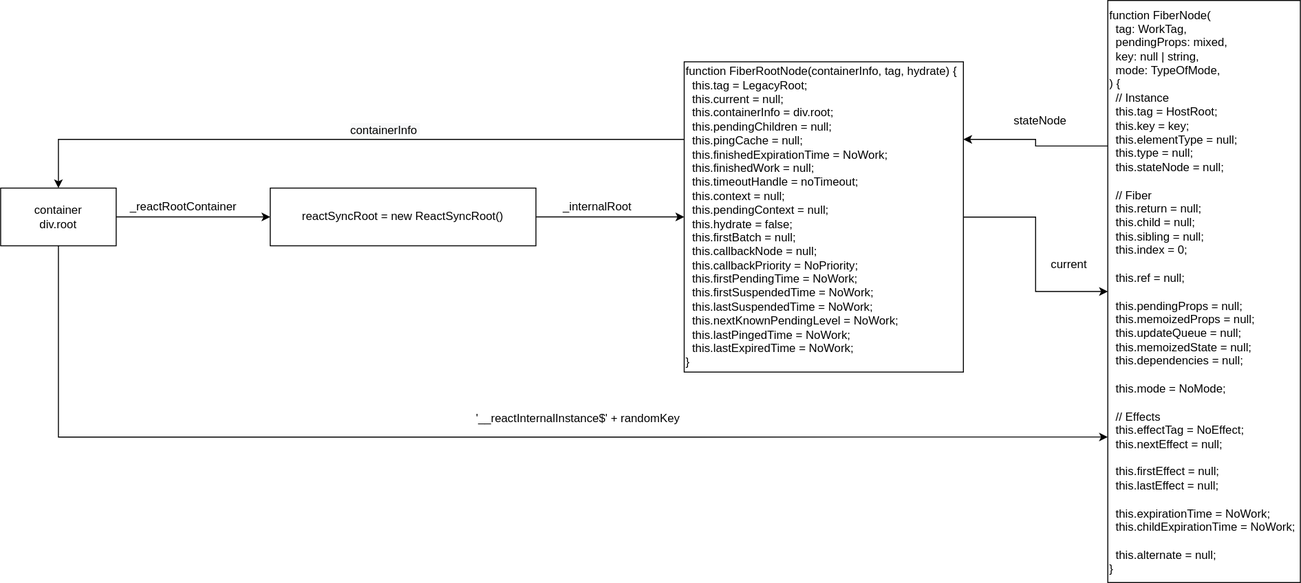
Before: react16.10/图片/state.svg, a diagram exported from draw.io (gwtjs/read-code). Source tidied: cells renumbered, new cells last; positions are measured from the earlier drawing's top-left corner, leaving out a move shared by most shapes.
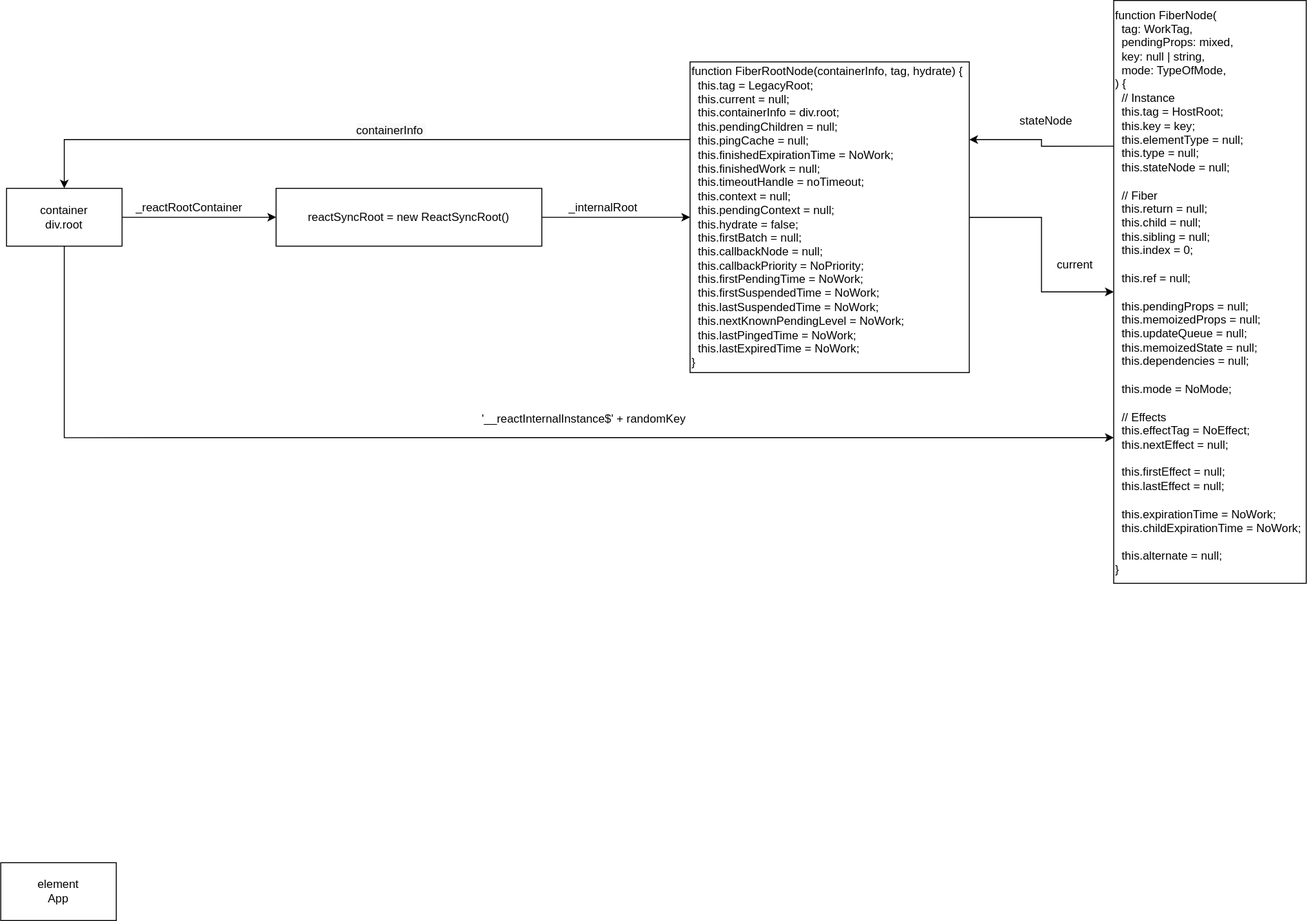
Above is the later version.

What changed in the source:
```diff
@@ -58,5 +58,8 @@
     <mxCell id="17" value="'__reactInternalInstance$' + randomKey" style="text;html=1;strokeColor=none;fillColor=none;align=center;verticalAlign=middle;whiteSpace=wrap;rounded=0;" parent="1" vertex="1">
       <mxGeometry x="470" y="425" width="260" height="20" as="geometry" />
     </mxCell>
+    <mxCell id="18" value="element&lt;br&gt;App" style="rounded=0;whiteSpace=wrap;html=1;" parent="1" vertex="1">
+      <mxGeometry x="-6" y="895" width="120" height="60" as="geometry" />
+    </mxCell>
   </root>
 </mxGraphModel>
```
